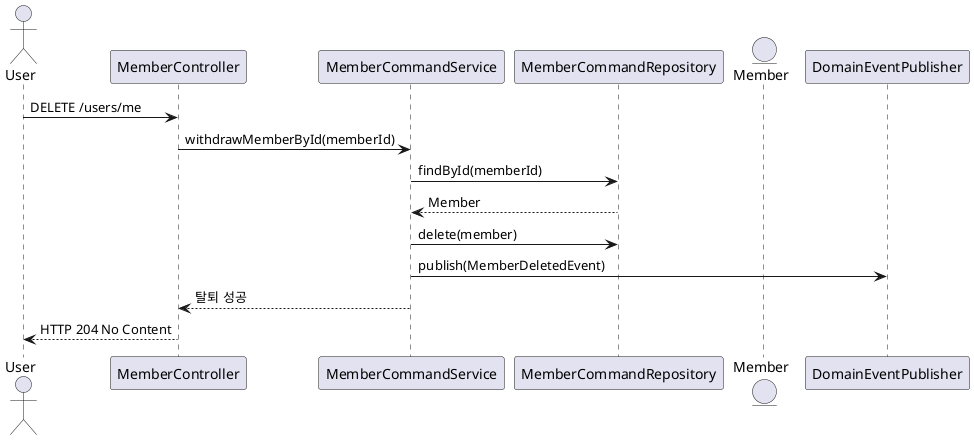
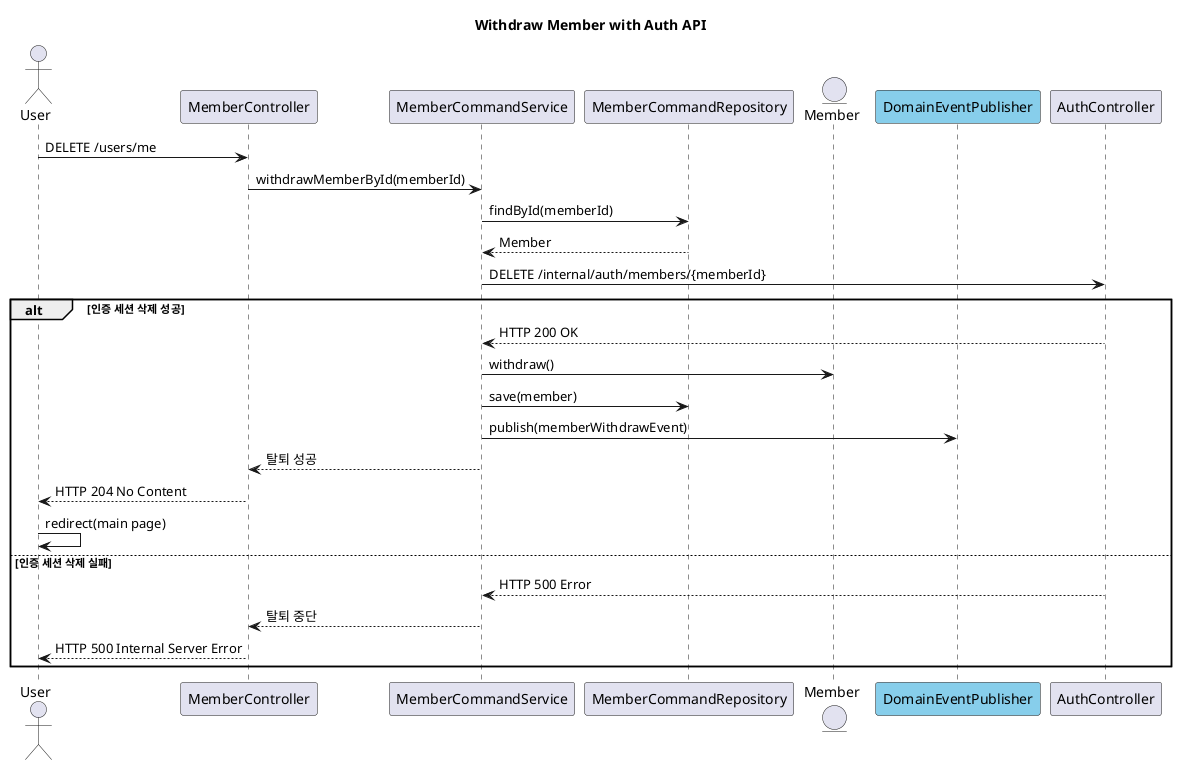
@startuml
+ title Withdraw Member with Auth API
+ 
actor User
participant MemberController
participant MemberCommandService
participant MemberCommandRepository
entity Member
- participant DomainEventPublisher
+ participant DomainEventPublisher #skyblue
+ participant AuthController

User -> MemberController : DELETE /users/me
MemberController -> MemberCommandService : withdrawMemberById(memberId)

MemberCommandService -> MemberCommandRepository : findById(memberId)
MemberCommandRepository --> MemberCommandService : Member
- MemberCommandService -> MemberCommandRepository : delete(member)

- MemberCommandService -> DomainEventPublisher : publish(MemberDeletedEvent)
+ ' 인증 세션 무효화를 위해 AuthController에 요청
+ MemberCommandService -> AuthController : DELETE /internal/auth/members/{memberId}

+ alt 인증 세션 삭제 성공
+ AuthController --> MemberCommandService : HTTP 200 OK
+ MemberCommandService -> Member : withdraw()
+ MemberCommandService -> MemberCommandRepository : save(member)
+ MemberCommandService -> DomainEventPublisher : publish(memberWithdrawEvent)
MemberCommandService --> MemberController : 탈퇴 성공
+ 
MemberController --> User : HTTP 204 No Content
- @enduml
+ User -> User : redirect(main page)
+ 
+ else 인증 세션 삭제 실패
+ AuthController --> MemberCommandService : HTTP 500 Error
+ MemberCommandService --> MemberController : 탈퇴 중단
+ MemberController --> User : HTTP 500 Internal Server Error
+ 
+ end
+ @enduml